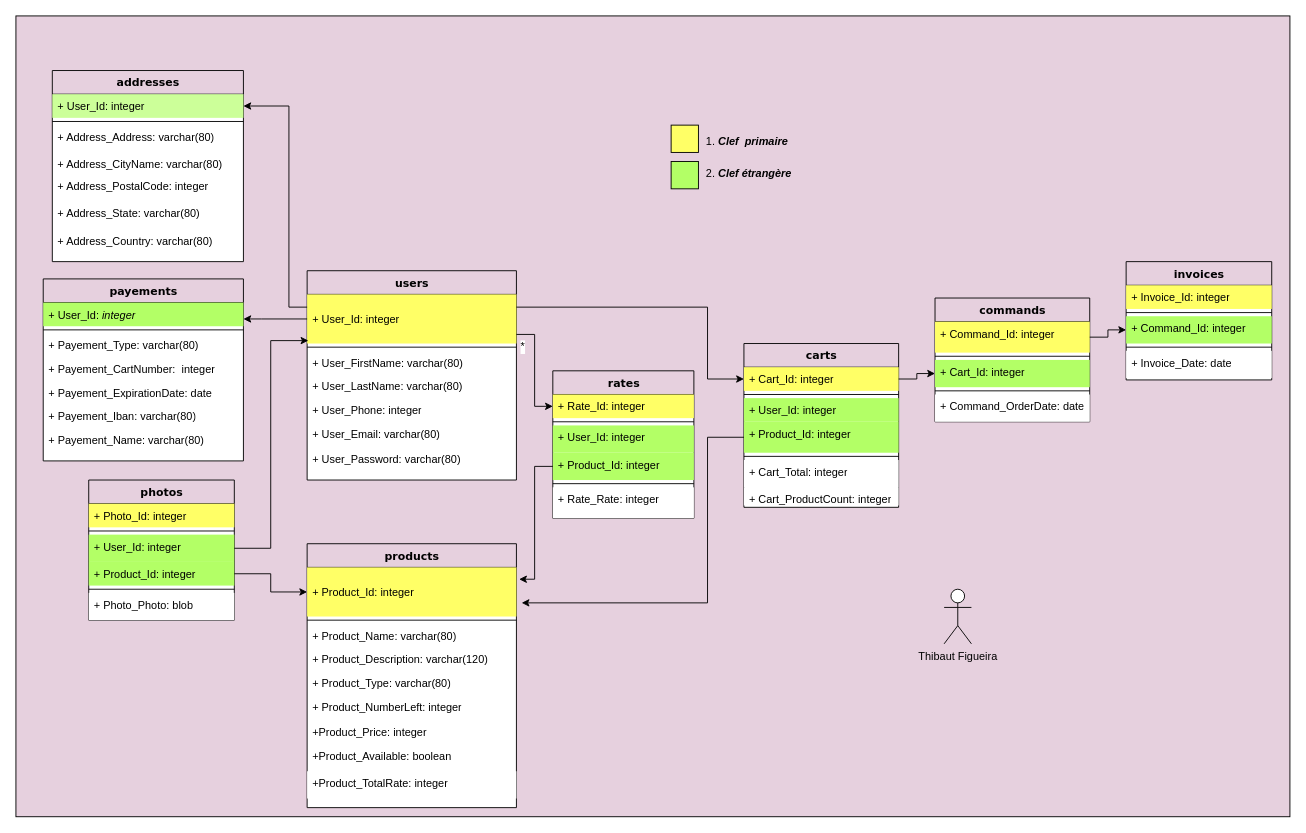
Earlier version of the draw.io diagram DMC.drawio (justachips/e-commerce-sql). Source tidied: cells renumbered, new cells numbered last; positions are measured from the earlier drawing's top-left corner, leaving out a move shared by most shapes. Both pictures are drawn from the tidied source at 91%, with x=0, y=0 at pixel (15, 15).
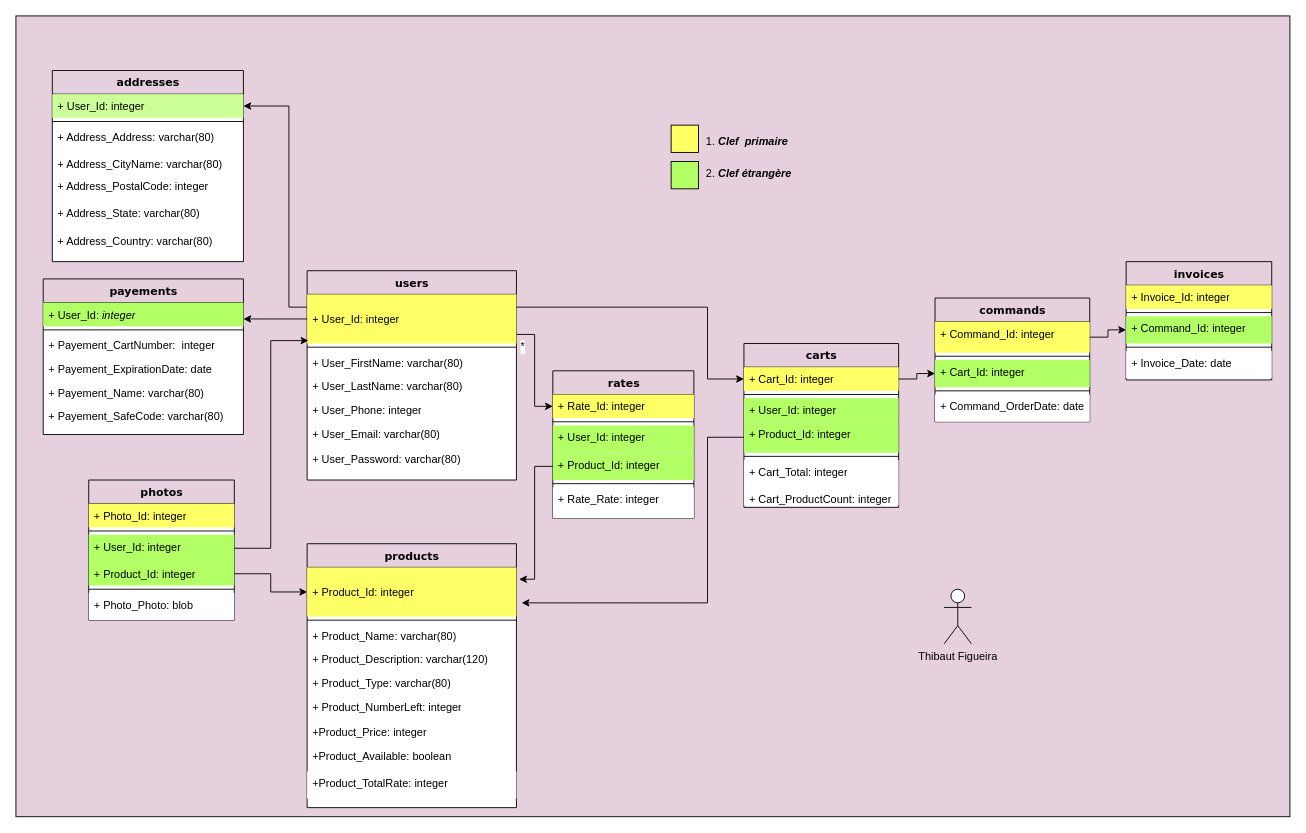
Above is the later version.

Diff of the diagram source:
```diff
@@
     <mxCell id="63" value="payements" style="swimlane;html=1;fontStyle=1;align=center;verticalAlign=top;horizontal=1;startSize=26;swimlaneFillColor=#ffffff;rounded=0;shadow=0;comic=0;labelBackgroundColor=none;strokeWidth=1;fillColor=none;fontFamily=Verdana;fontSize=12;" parent="1" vertex="1">
-      <mxGeometry x="30" y="289" width="220" height="200" as="geometry" />
+      <mxGeometry x="30" y="289" width="220" height="171" as="geometry" />
     </mxCell>
@@
-    <mxCell id="66" value="+ Payement_Type: varchar(80)" style="text;html=1;strokeColor=none;fillColor=none;align=left;verticalAlign=top;spacingLeft=4;spacingRight=4;whiteSpace=wrap;overflow=hidden;" parent="63" vertex="1">
-      <mxGeometry y="60" width="220" height="26" as="geometry" />
-    </mxCell>
     <mxCell id="67" value="+&amp;nbsp;Payement_CartNumber:&amp;nbsp; integer" style="text;html=1;strokeColor=none;fillColor=none;align=left;verticalAlign=top;spacingLeft=4;spacingRight=4;whiteSpace=wrap;overflow=hidden;" parent="63" vertex="1">
-      <mxGeometry y="86" width="220" height="26" as="geometry" />
+      <mxGeometry y="60" width="220" height="26" as="geometry" />
     </mxCell>
     <mxCell id="68" value="+&amp;nbsp;Payement_ExpirationDate: date" style="text;html=1;strokeColor=none;fillColor=none;align=left;verticalAlign=top;spacingLeft=4;spacingRight=4;whiteSpace=wrap;overflow=hidden;" parent="63" vertex="1">
-      <mxGeometry y="112" width="220" height="26" as="geometry" />
+      <mxGeometry y="86" width="220" height="26" as="geometry" />
     </mxCell>
-    <mxCell id="69" value="+&amp;nbsp;Payement_Iban: varchar(80)" style="text;html=1;strokeColor=none;fillColor=none;align=left;verticalAlign=top;spacingLeft=4;spacingRight=4;whiteSpace=wrap;overflow=hidden;" parent="63" vertex="1">
-      <mxGeometry y="138" width="220" height="26" as="geometry" />
-    </mxCell>
     <mxCell id="70" value="+&amp;nbsp;Payement_Name: varchar(80)" style="text;html=1;strokeColor=none;fillColor=none;align=left;verticalAlign=top;spacingLeft=4;spacingRight=4;whiteSpace=wrap;overflow=hidden;" parent="63" vertex="1">
-      <mxGeometry y="164" width="220" height="26" as="geometry" />
+      <mxGeometry y="112" width="220" height="26" as="geometry" />
     </mxCell>
+    <mxCell id="85" value="+&amp;nbsp;Payement_SafeCode: varchar(80)" style="text;html=1;strokeColor=none;fillColor=none;align=left;verticalAlign=top;spacingLeft=4;spacingRight=4;whiteSpace=wrap;overflow=hidden;" parent="63" vertex="1">
+      <mxGeometry y="138" width="220" height="26" as="geometry" />
+    </mxCell>
```
